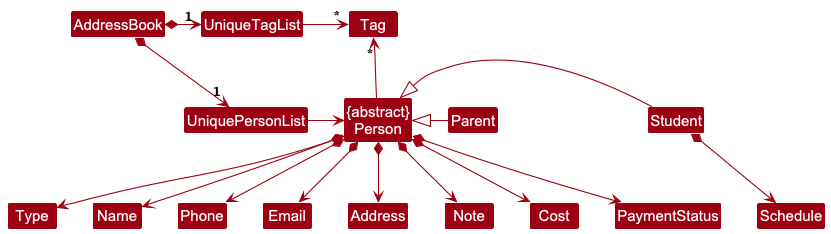
Earlier version of the PlantUML export docs/images/BetterModelClassDiagram.png (seokjoon27/tp).
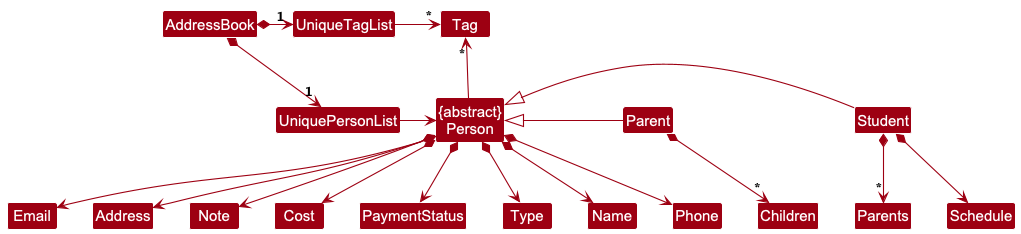
The same diagram one commit later.

Diff of the diagram source:
```diff
@@ -27,6 +27,9 @@
 
 Student -left-|> Person
 Student *--> Schedule
+Student *--> "*" Parents
+
+Parent *--> "*" Children
 
 Parent -left-|> Person
 @enduml
```
